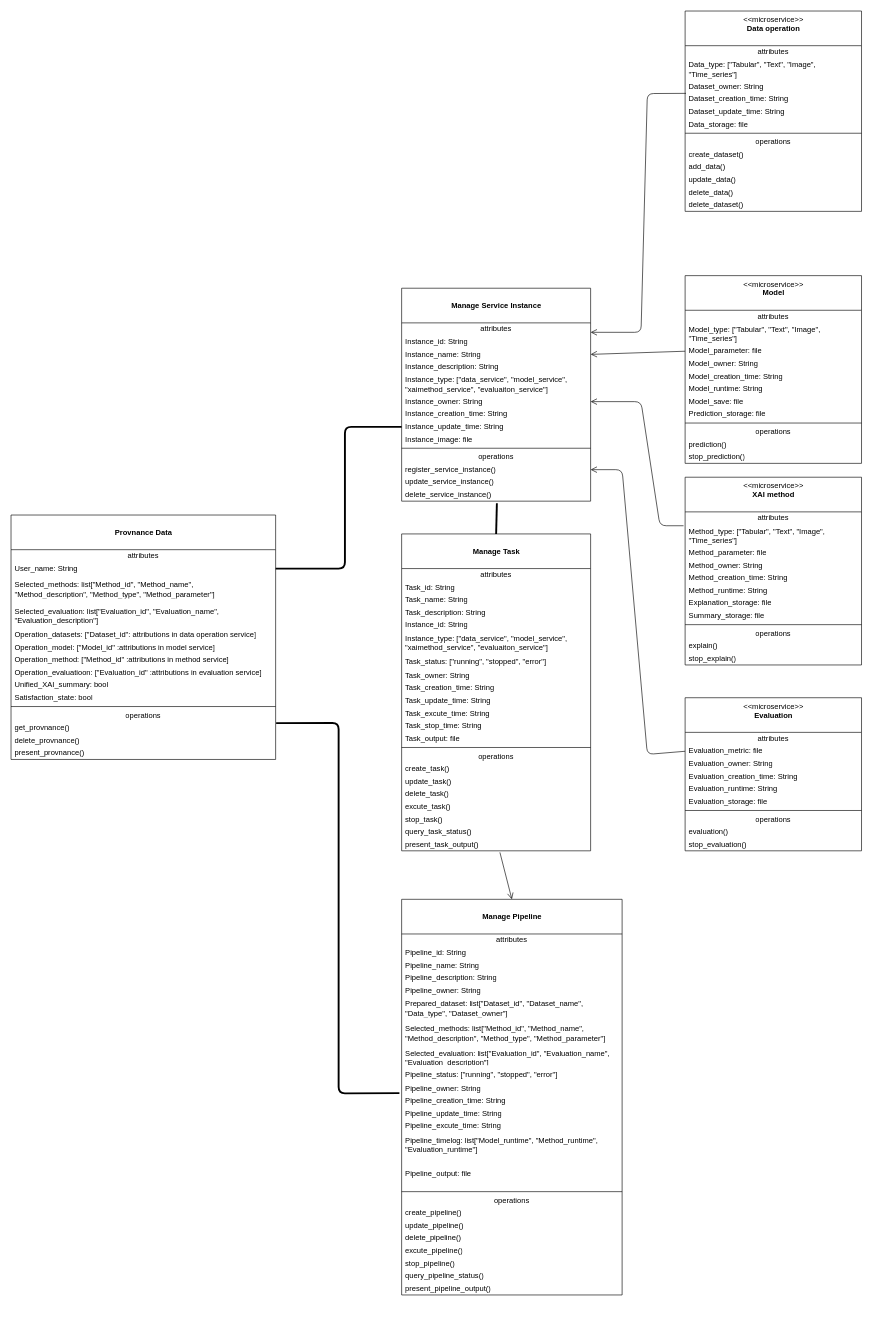
ZeruiW/XAI-Service keeps this draw.io diagram as page "Data model class diagram" (8 of 11) of Documents/Diagrams.drawio. Above is the earlier version. Source tidied: cells renumbered, new cells numbered last; positions are measured from the earlier drawing's top-left corner, leaving out a move shared by most shapes. Both pictures are drawn from the tidied source at 63%, with x=0, y=0 at pixel (11, 11).
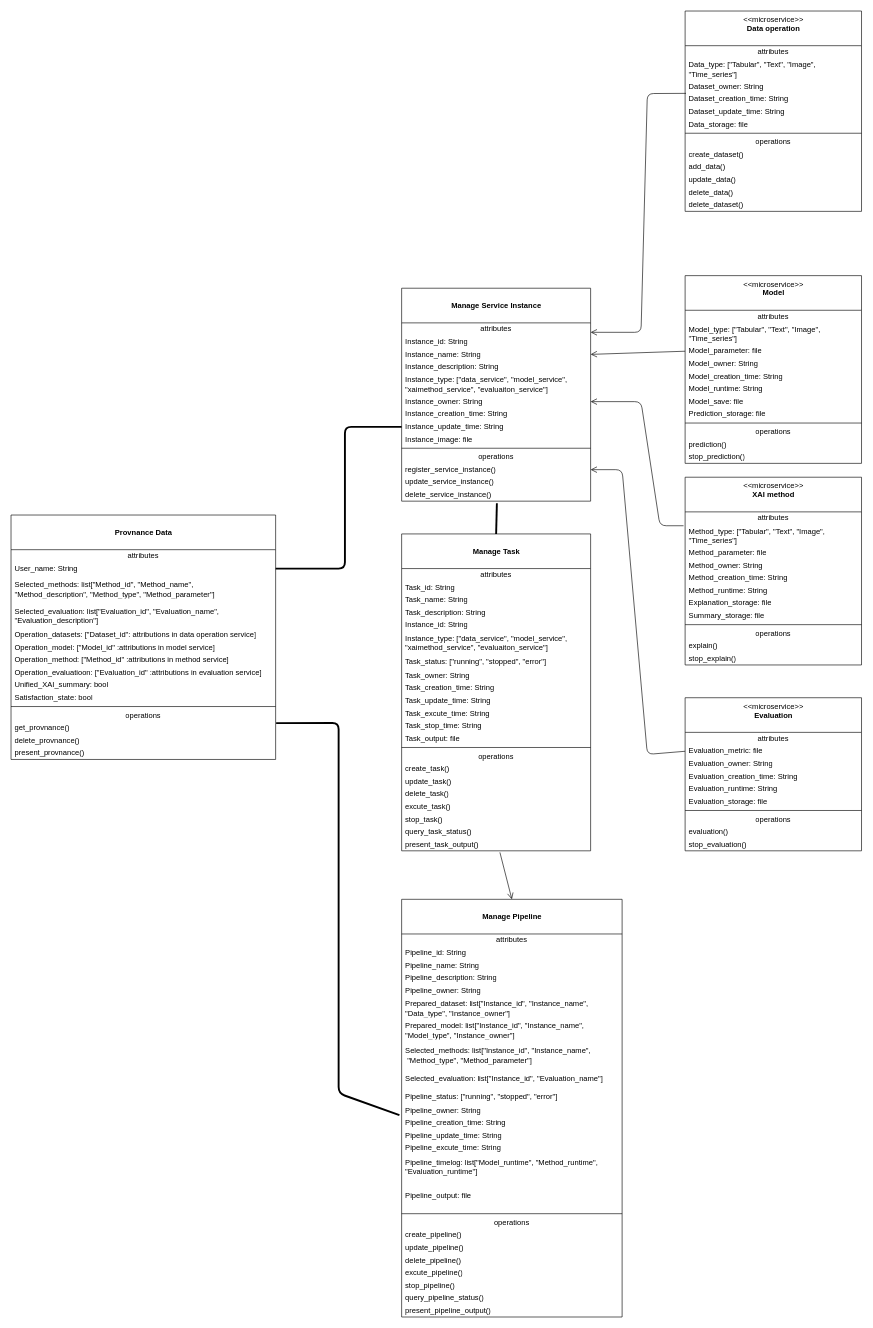
Above is the later version.

Change to the diagram source:
```diff
@@
     <mxCell id="54" value="&lt;br&gt;&lt;b&gt;Manage Pipeline&lt;/b&gt;" style="swimlane;fontStyle=0;align=center;verticalAlign=top;horizontal=1;startSize=55;html=1;" parent="1" vertex="1">
-      <mxGeometry x="620" y="1410" width="350" height="628" as="geometry" />
+      <mxGeometry x="620" y="1410" width="350" height="663" as="geometry" />
     </mxCell>
@@
-    <mxCell id="60" value="Prepared_dataset: list[&quot;Dataset_id&quot;, &quot;Dataset_name&quot;, &lt;br&gt;&quot;Data_type&quot;, &quot;Dataset_owner&quot;]" style="text;html=1;strokeColor=none;fillColor=none;align=left;verticalAlign=middle;spacingLeft=4;spacingRight=4;overflow=hidden;" parent="54" vertex="1">
+    <mxCell id="60" value="Prepared_dataset: list[&quot;Instance_id&quot;, &quot;Instance_name&quot;, &lt;br&gt;&quot;Data_type&quot;, &quot;Instance_owner&quot;]" style="text;html=1;strokeColor=none;fillColor=none;align=left;verticalAlign=middle;spacingLeft=4;spacingRight=4;overflow=hidden;" parent="54" vertex="1">
       <mxGeometry y="155" width="350" height="35" as="geometry" />
     </mxCell>
+    <mxCell id="140" value="Prepared_model: list[&quot;Instance_id&quot;, &quot;Instance_name&quot;, &lt;br&gt;&quot;Model_type&quot;, &quot;Instance_owner&quot;]" style="text;html=1;strokeColor=none;fillColor=none;align=left;verticalAlign=middle;spacingLeft=4;spacingRight=4;overflow=hidden;" parent="54" vertex="1">
+      <mxGeometry y="190" width="350" height="35" as="geometry" />
+    </mxCell>
-    <mxCell id="61" value="Selected_methods: list[&quot;Method_id&quot;, &quot;Method_name&quot;,&lt;br&gt;&quot;Method_description&quot;, &quot;Method_type&quot;, &quot;Method_parameter&quot;]" style="text;html=1;strokeColor=none;fillColor=none;align=left;verticalAlign=middle;spacingLeft=4;spacingRight=4;overflow=hidden;" parent="54" vertex="1">
-      <mxGeometry y="190" width="350" height="45" as="geometry" />
+    <mxCell id="61" value="Selected_methods: list[&quot;Instance_id&quot;, &quot;Instance_name&quot;,&lt;br&gt;&amp;nbsp;&quot;Method_type&quot;, &quot;Method_parameter&quot;]" style="text;html=1;strokeColor=none;fillColor=none;align=left;verticalAlign=middle;spacingLeft=4;spacingRight=4;overflow=hidden;" parent="54" vertex="1">
+      <mxGeometry y="225" width="350" height="45" as="geometry" />
     </mxCell>
-    <mxCell id="62" value="Selected_evaluation: list[&quot;Evaluation_id&quot;, &quot;Evaluation_name&quot;,&lt;br&gt;&quot;Evaluation_description&quot;]" style="text;html=1;strokeColor=none;fillColor=none;align=left;verticalAlign=middle;spacingLeft=4;spacingRight=4;overflow=hidden;" parent="54" vertex="1">
-      <mxGeometry y="235" width="350" height="30" as="geometry" />
+    <mxCell id="62" value="Selected_evaluation: list[&quot;Instance_id&quot;, &quot;Evaluation_name&quot;]" style="text;html=1;strokeColor=none;fillColor=none;align=left;verticalAlign=middle;spacingLeft=4;spacingRight=4;overflow=hidden;" parent="54" vertex="1">
+      <mxGeometry y="270" width="350" height="30" as="geometry" />
     </mxCell>
     <mxCell id="63" value="Pipeline_status: [&quot;running&quot;, &quot;stopped&quot;, &quot;error&quot;]" style="text;html=1;strokeColor=none;fillColor=none;align=left;verticalAlign=middle;spacingLeft=4;spacingRight=4;overflow=hidden;" parent="54" vertex="1">
-      <mxGeometry y="265" width="350" height="25" as="geometry" />
+      <mxGeometry y="300" width="350" height="25" as="geometry" />
     </mxCell>
     <mxCell id="64" value="Pipeline_owner: String" style="text;html=1;strokeColor=none;fillColor=none;align=left;verticalAlign=middle;spacingLeft=4;spacingRight=4;overflow=hidden;" parent="54" vertex="1">
-      <mxGeometry y="290" width="350" height="20" as="geometry" />
+      <mxGeometry y="325" width="350" height="20" as="geometry" />
     </mxCell>
     <mxCell id="65" value="Pipeline_creation_time: String" style="text;html=1;strokeColor=none;fillColor=none;align=left;verticalAlign=middle;spacingLeft=4;spacingRight=4;overflow=hidden;points=[[0,0.5],[1,0.5]];portConstraint=eastwest;" parent="54" vertex="1">
-      <mxGeometry y="310" width="350" height="20" as="geometry" />
+      <mxGeometry y="345" width="350" height="20" as="geometry" />
     </mxCell>
     <mxCell id="66" value="Pipeline_update_time: String" style="text;html=1;strokeColor=none;fillColor=none;align=left;verticalAlign=middle;spacingLeft=4;spacingRight=4;overflow=hidden;" parent="54" vertex="1">
-      <mxGeometry y="330" width="350" height="20" as="geometry" />
+      <mxGeometry y="365" width="350" height="20" as="geometry" />
     </mxCell>
     <mxCell id="67" value="Pipeline_excute_time: String" style="text;html=1;strokeColor=none;fillColor=none;align=left;verticalAlign=middle;spacingLeft=4;spacingRight=4;overflow=hidden;" parent="54" vertex="1">
-      <mxGeometry y="350" width="350" height="20" as="geometry" />
+      <mxGeometry y="385" width="350" height="20" as="geometry" />
     </mxCell>
     <mxCell id="68" value="Pipeline_timelog: list[&quot;Model_runtime&quot;, &quot;Method_runtime&quot;,&lt;br&gt;&quot;Evaluation_runtime&quot;]" style="text;html=1;strokeColor=none;fillColor=none;align=left;verticalAlign=middle;spacingLeft=4;spacingRight=4;overflow=hidden;" parent="54" vertex="1">
-      <mxGeometry y="370" width="350" height="40" as="geometry" />
+      <mxGeometry y="405" width="350" height="40" as="geometry" />
     </mxCell>
     <mxCell id="69" value="Pipeline_output: file" style="text;html=1;strokeColor=none;fillColor=none;align=left;verticalAlign=middle;spacingLeft=4;spacingRight=4;overflow=hidden;" parent="54" vertex="1">
-      <mxGeometry y="410" width="350" height="50" as="geometry" />
+      <mxGeometry y="445" width="350" height="50" as="geometry" />
     </mxCell>
     <mxCell id="70" style="line;strokeWidth=1;fillColor=none;align=left;verticalAlign=middle;spacingTop=-1;spacingLeft=3;spacingRight=3;labelPosition=right;" parent="54" vertex="1">
-      <mxGeometry y="460" width="350" height="8" as="geometry" />
+      <mxGeometry y="495" width="350" height="8" as="geometry" />
     </mxCell>
     <mxCell id="71" value="operations" style="text;html=1;strokeColor=none;fillColor=none;align=center;verticalAlign=middle;spacingLeft=4;spacingRight=4;overflow=hidden;" parent="54" vertex="1">
-      <mxGeometry y="468" width="350" height="20" as="geometry" />
+      <mxGeometry y="503" width="350" height="20" as="geometry" />
     </mxCell>
     <mxCell id="72" value="create_pipeline()" style="text;html=1;strokeColor=none;fillColor=none;align=left;verticalAlign=middle;spacingLeft=4;spacingRight=4;overflow=hidden;" parent="54" vertex="1">
-      <mxGeometry y="488" width="350" height="20" as="geometry" />
+      <mxGeometry y="523" width="350" height="20" as="geometry" />
     </mxCell>
     <mxCell id="73" value="update_pipeline()" style="text;html=1;strokeColor=none;fillColor=none;align=left;verticalAlign=middle;spacingLeft=4;spacingRight=4;overflow=hidden;" parent="54" vertex="1">
-      <mxGeometry y="508" width="350" height="20" as="geometry" />
+      <mxGeometry y="543" width="350" height="20" as="geometry" />
     </mxCell>
     <mxCell id="74" value="delete_pipeline()" style="text;html=1;strokeColor=none;fillColor=none;align=left;verticalAlign=middle;spacingLeft=4;spacingRight=4;overflow=hidden;" parent="54" vertex="1">
-      <mxGeometry y="528" width="350" height="20" as="geometry" />
+      <mxGeometry y="563" width="350" height="20" as="geometry" />
     </mxCell>
     <mxCell id="75" value="excute_pipeline()" style="text;html=1;strokeColor=none;fillColor=none;align=left;verticalAlign=middle;spacingLeft=4;spacingRight=4;overflow=hidden;" parent="54" vertex="1">
-      <mxGeometry y="548" width="350" height="20" as="geometry" />
+      <mxGeometry y="583" width="350" height="20" as="geometry" />
     </mxCell>
     <mxCell id="76" value="stop_pipeline()" style="text;html=1;strokeColor=none;fillColor=none;align=left;verticalAlign=middle;spacingLeft=4;spacingRight=4;overflow=hidden;" parent="54" vertex="1">
-      <mxGeometry y="568" width="350" height="20" as="geometry" />
+      <mxGeometry y="603" width="350" height="20" as="geometry" />
     </mxCell>
     <mxCell id="77" value="query_pipeline_status()" style="text;html=1;strokeColor=none;fillColor=none;align=left;verticalAlign=middle;spacingLeft=4;spacingRight=4;overflow=hidden;" parent="54" vertex="1">
-      <mxGeometry y="588" width="350" height="20" as="geometry" />
+      <mxGeometry y="623" width="350" height="20" as="geometry" />
     </mxCell>
     <mxCell id="78" value="present_pipeline_output()" style="text;html=1;strokeColor=none;fillColor=none;align=left;verticalAlign=middle;spacingLeft=4;spacingRight=4;overflow=hidden;" parent="54" vertex="1">
-      <mxGeometry y="608" width="350" height="20" as="geometry" />
+      <mxGeometry y="643" width="350" height="20" as="geometry" />
     </mxCell>
```
